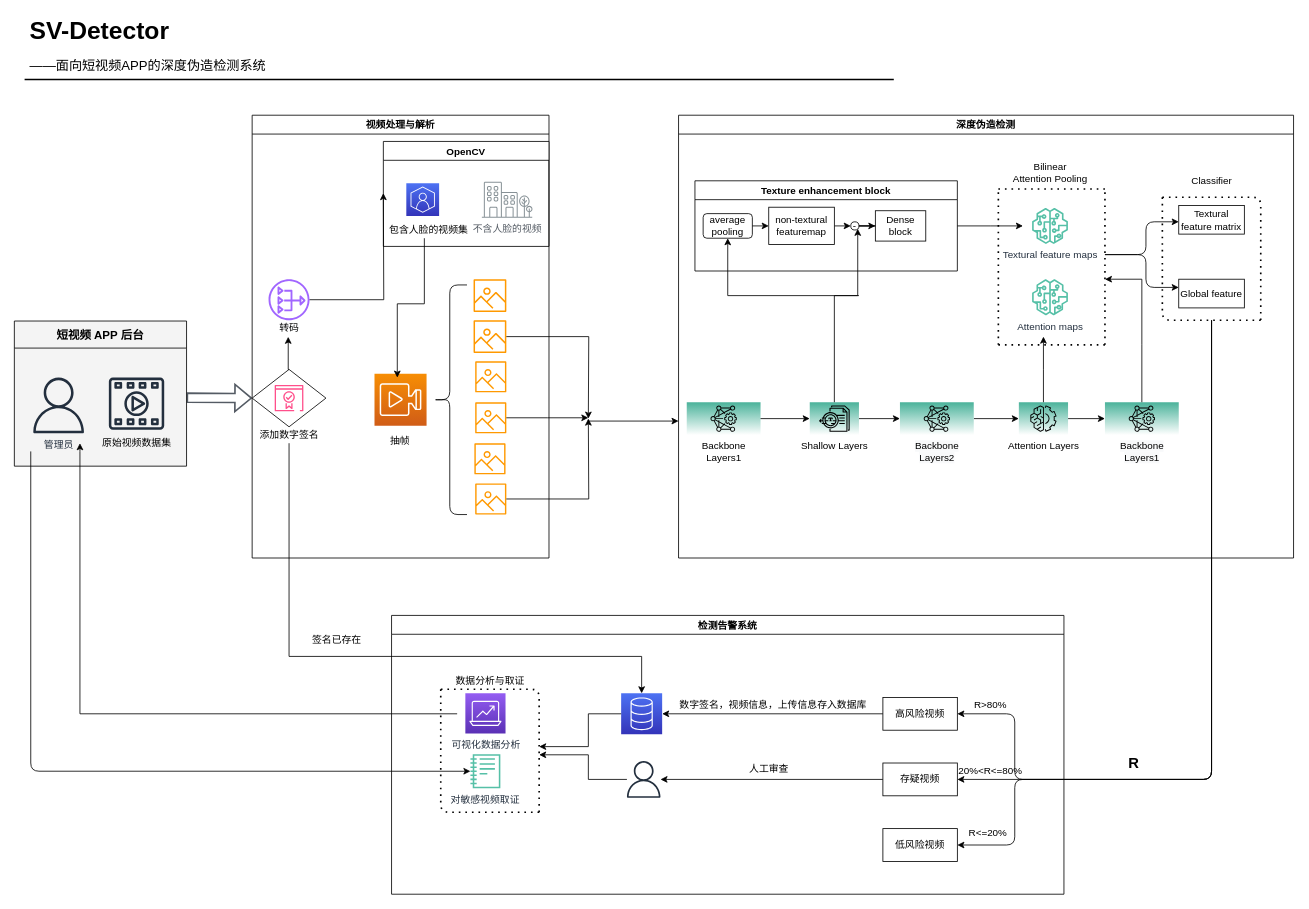
Earlier version of the draw.io diagram Untitled Diagram.drawio (epc314/hello-world). Source tidied: cells renumbered, new cells numbered last; positions are measured from the earlier drawing's top-left corner, leaving out a move shared by most shapes. Both pictures are drawn from the tidied source at 82%, with x=0, y=0 at pixel (14, 13).
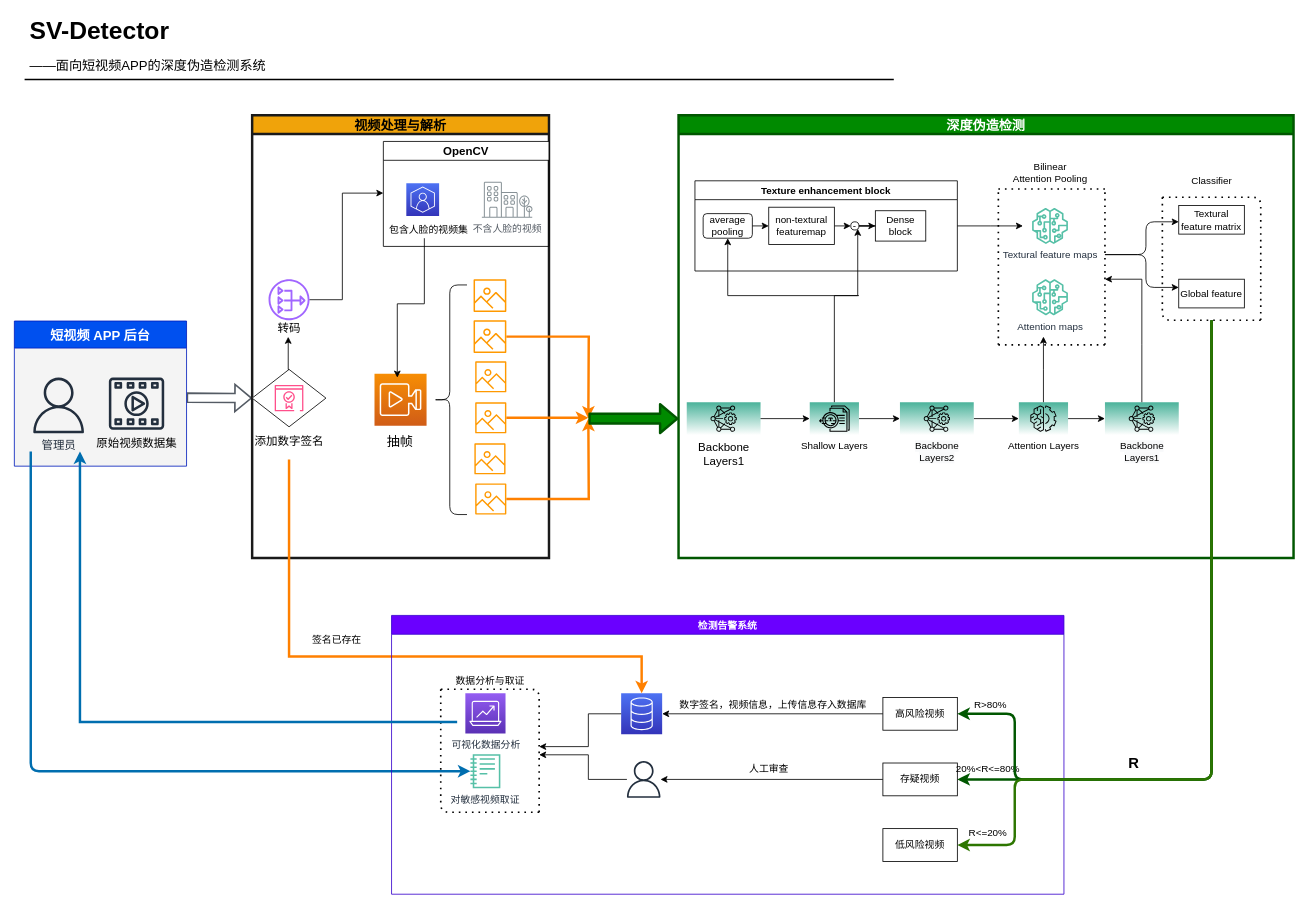
The same diagram, later.

The change refers to these unchanged cells:
```xml
<mxCell id="15" style="sketch=0;outlineConnect=0;fontColor=#232F3E;gradientColor=none;fillColor=#A166FF;strokeColor=none;dashed=0;verticalLabelPosition=bottom;verticalAlign=top;align=center;html=1;fontSize=12;fontStyle=0;shape=mxgraph.aws4.nat_gateway;" parent="11" vertex="1">
  <mxGeometry x="20" y="200" width="50" height="50" as="geometry" />
</mxCell>
<mxCell id="26" style="sketch=0;outlineConnect=0;fontColor=#232F3E;gradientColor=none;fillColor=#FF9900;strokeColor=none;dashed=0;verticalLabelPosition=bottom;verticalAlign=top;align=center;html=1;fontSize=12;fontStyle=0;shape=mxgraph.aws4.container_registry_image;" parent="11" vertex="1">
  <mxGeometry x="270" y="250" width="40" height="40" as="geometry" />
</mxCell>
<mxCell id="28" style="sketch=0;outlineConnect=0;fontColor=#232F3E;gradientColor=none;fillColor=#FF9900;strokeColor=none;dashed=0;verticalLabelPosition=bottom;verticalAlign=top;align=center;html=1;fontSize=12;fontStyle=0;shape=mxgraph.aws4.container_registry_image;" parent="11" vertex="1">
  <mxGeometry x="272" y="350" width="38" height="38" as="geometry" />
</mxCell>
<mxCell id="30" style="sketch=0;outlineConnect=0;fontColor=#232F3E;gradientColor=none;fillColor=#FF9900;strokeColor=none;dashed=0;verticalLabelPosition=bottom;verticalAlign=top;align=center;html=1;fontSize=12;fontStyle=0;shape=mxgraph.aws4.container_registry_image;" parent="11" vertex="1">
  <mxGeometry x="272" y="449" width="38" height="38" as="geometry" />
</mxCell>
<mxCell id="78" value="高风险视频" style="rounded=0;whiteSpace=wrap;html=1;" parent="76" vertex="1">
  <mxGeometry x="599.2" y="100" width="90.8" height="40" as="geometry" />
</mxCell>
<mxCell id="80" value="存疑视频" style="rounded=0;whiteSpace=wrap;html=1;" parent="76" vertex="1">
  <mxGeometry x="599.2" y="180" width="90.8" height="40" as="geometry" />
</mxCell>
<mxCell id="81" value="低风险视频" style="rounded=0;whiteSpace=wrap;html=1;" parent="76" vertex="1">
  <mxGeometry x="599.2" y="260" width="90.8" height="40" as="geometry" />
</mxCell>
<mxCell id="85" style="sketch=0;points=[[0,0,0],[0.25,0,0],[0.5,0,0],[0.75,0,0],[1,0,0],[0,1,0],[0.25,1,0],[0.5,1,0],[0.75,1,0],[1,1,0],[0,0.25,0],[0,0.5,0],[0,0.75,0],[1,0.25,0],[1,0.5,0],[1,0.75,0]];outlineConnect=0;fontColor=#232F3E;gradientColor=#4D72F3;gradientDirection=north;fillColor=#3334B9;strokeColor=#ffffff;dashed=0;verticalLabelPosition=bottom;verticalAlign=top;align=center;html=1;fontSize=12;fontStyle=0;shape=mxgraph.aws4.resourceIcon;resIcon=mxgraph.aws4.database;" parent="76" vertex="1">
  <mxGeometry x="280" y="95" width="50" height="50" as="geometry" />
</mxCell>
<mxCell id="90" value="对敏感视频取证" style="sketch=0;outlineConnect=0;fontColor=#232F3E;gradientColor=none;fillColor=#56C0A7;strokeColor=none;dashed=0;verticalLabelPosition=bottom;verticalAlign=top;align=center;html=1;fontSize=12;fontStyle=0;shape=mxgraph.aws4.sagemaker_notebook;" parent="76" vertex="1">
  <mxGeometry x="96.2" y="169.1" width="36.5" height="41.9" as="geometry" />
</mxCell>
```

What changed in the source:
```diff
@@
-    <mxCell id="6" value="短视频 APP 后台" style="swimlane;fontSize=14;align=center;swimlaneFillColor=#f4f4f4;fillColor=#f4f4f4;startSize=33;" parent="1" vertex="1">
+    <mxCell id="6" value="短视频 APP 后台" style="swimlane;fontSize=16;align=center;swimlaneFillColor=#f4f4f4;fillColor=#0050ef;startSize=33;strokeColor=#001DBC;fontColor=#ffffff;" parent="1" vertex="1">
       <mxGeometry y="375" width="210" height="177" as="geometry" />
     </mxCell>
-    <mxCell id="7" value="管理员" style="fontColor=#232F3E;gradientColor=none;fillColor=#232F3E;strokeColor=none;dashed=0;verticalLabelPosition=bottom;verticalAlign=top;align=center;html=1;fontSize=12;fontStyle=0;shape=mxgraph.aws4.user;labelBackgroundColor=none;" parent="6" vertex="1">
+    <mxCell id="7" value="&lt;font style=&quot;font-size: 14px&quot;&gt;管理员&lt;/font&gt;" style="fontColor=#232F3E;gradientColor=none;fillColor=#232F3E;strokeColor=none;dashed=0;verticalLabelPosition=bottom;verticalAlign=top;align=center;html=1;fontSize=12;fontStyle=0;shape=mxgraph.aws4.user;labelBackgroundColor=none;" parent="6" vertex="1">
       <mxGeometry x="20" y="69" width="68" height="68" as="geometry" />
     </mxCell>
-    <mxCell id="8" value="原始视频数据集" style="text;html=1;align=center;verticalAlign=middle;fillColor=none;strokeColor=none;rounded=0;" parent="6" vertex="1">
-      <mxGeometry x="99" y="139" width="100" height="20" as="geometry" />
+    <mxCell id="8" value="&lt;font style=&quot;font-size: 14px&quot;&gt;原始视频数据集&lt;/font&gt;" style="text;html=1;align=center;verticalAlign=middle;fillColor=none;strokeColor=none;rounded=0;" parent="6" vertex="1">
+      <mxGeometry x="94" y="139" width="110" height="20" as="geometry" />
     </mxCell>
@@
-    <mxCell id="10" style="endArrow=classic;html=1;" parent="6" edge="1" target="90">
+    <mxCell id="10" style="endArrow=classic;html=1;fillColor=#1ba1e2;strokeColor=#006EAF;strokeWidth=3;" parent="6" edge="1" target="90">
       <mxGeometry relative="1" as="geometry">
         <mxPoint x="20" y="159" as="sourcePoint" />
         <Array as="points">
           <mxPoint x="20" y="549" />
         </Array>
       </mxGeometry>
     </mxCell>
-    <mxCell id="11" value="视频处理与解析" style="swimlane;" parent="1" vertex="1">
+    <mxCell id="11" value="视频处理与解析" style="swimlane;fillColor=#f0a30a;strokeColor=#1A1A1A;fontColor=#000000;strokeWidth=3;fontSize=16;" parent="1" vertex="1">
       <mxGeometry x="290" y="124" width="362" height="540" as="geometry" />
     </mxCell>
@@
-    <mxCell id="13" value="添加数字签名" style="text;html=1;align=center;verticalAlign=middle;points=[];fillColor=none;strokeColor=none;rounded=0;" parent="11" vertex="1">
-      <mxGeometry y="380" width="90" height="20" as="geometry" />
+    <mxCell id="13" value="&lt;font style=&quot;font-size: 14px&quot;&gt;添加数字签名&lt;/font&gt;" style="text;html=1;align=center;verticalAlign=middle;points=[];fillColor=none;strokeColor=none;rounded=0;" parent="11" vertex="1">
+      <mxGeometry x="-5" y="388" width="100" height="20" as="geometry" />
     </mxCell>
@@
-    <mxCell id="16" value="转码" style="text;html=1;align=center;verticalAlign=middle;points=[];fillColor=none;strokeColor=none;rounded=0;" parent="11" vertex="1">
+    <mxCell id="16" value="&lt;font style=&quot;font-size: 14px&quot;&gt;转码&lt;/font&gt;" style="text;html=1;align=center;verticalAlign=middle;points=[];fillColor=none;strokeColor=none;rounded=0;" parent="11" vertex="1">
       <mxGeometry x="25" y="250" width="40" height="20" as="geometry" />
     </mxCell>
@@
-    <mxCell id="18" value="OpenCV" style="swimlane;" parent="11" vertex="1">
+    <mxCell id="18" value="OpenCV" style="swimlane;fontSize=14;" parent="11" vertex="1">
       <mxGeometry x="160" y="32" width="202" height="128" as="geometry" />
     </mxCell>
-    <mxCell id="19" value="包含人脸的视频集" style="text;html=1;align=center;verticalAlign=middle;points=[];fillColor=none;strokeColor=none;rounded=0;" parent="18" vertex="1">
+    <mxCell id="19" value="&lt;font style=&quot;font-size: 12px&quot;&gt;包含人脸的视频集&lt;/font&gt;" style="text;html=1;align=center;verticalAlign=middle;points=[];fillColor=none;strokeColor=none;rounded=0;" parent="18" vertex="1">
       <mxGeometry y="98" width="110" height="20" as="geometry" />
     </mxCell>
@@
-    <mxCell id="31" value="抽帧" style="text;html=1;align=center;verticalAlign=middle;fillColor=none;strokeColor=none;rounded=0;" parent="11" vertex="1">
-      <mxGeometry x="160" y="388" width="40" height="20" as="geometry" />
+    <mxCell id="31" value="&lt;font style=&quot;font-size: 16px&quot;&gt;抽帧&lt;/font&gt;" style="text;html=1;align=center;verticalAlign=middle;fillColor=none;strokeColor=none;rounded=0;" parent="11" vertex="1">
+      <mxGeometry x="155" y="388" width="50" height="20" as="geometry" />
     </mxCell>
-    <mxCell id="32" style="edgeStyle=orthogonalEdgeStyle;rounded=0;jettySize=auto;html=1;entryX=0.5;entryY=0;entryDx=0;entryDy=0;entryPerimeter=0;" parent="1" edge="1" source="13" target="85">
+    <mxCell id="32" style="edgeStyle=orthogonalEdgeStyle;rounded=0;jettySize=auto;html=1;entryX=0.5;entryY=0;entryDx=0;entryDy=0;entryPerimeter=0;strokeColor=#FF8000;strokeWidth=3;" parent="1" edge="1" target="85">
       <mxGeometry relative="1" as="geometry">
+        <mxPoint x="335" y="544" as="sourcePoint" />
         <Array as="points">
           <mxPoint x="335" y="784" />
           <mxPoint x="765" y="784" />
         </Array>
       </mxGeometry>
     </mxCell>
     <mxCell id="33" style="edgeStyle=orthogonalEdgeStyle;rounded=0;jettySize=auto;html=1;" parent="1" edge="1" source="15">
       <mxGeometry relative="1" as="geometry">
         <mxPoint x="450" y="219" as="targetPoint" />
+        <Array as="points">
+          <mxPoint x="400" y="349" />
+          <mxPoint x="400" y="219" />
+        </Array>
       </mxGeometry>
     </mxCell>
-    <mxCell id="34" style="edgeStyle=orthogonalEdgeStyle;rounded=0;jettySize=auto;html=1;" parent="1" edge="1" source="26">
+    <mxCell id="34" style="edgeStyle=orthogonalEdgeStyle;rounded=0;jettySize=auto;html=1;fillColor=#e51400;strokeColor=#FF8000;strokeWidth=3;" parent="1" edge="1" source="26">
       <mxGeometry relative="1" as="geometry">
         <mxPoint x="700" y="494" as="targetPoint" />
       </mxGeometry>
     </mxCell>
-    <mxCell id="35" style="edgeStyle=orthogonalEdgeStyle;rounded=0;jettySize=auto;html=1;" parent="1" edge="1" source="28">
+    <mxCell id="35" style="edgeStyle=orthogonalEdgeStyle;rounded=0;jettySize=auto;html=1;fillColor=#f0a30a;strokeColor=#FF8000;strokeWidth=3;" parent="1" edge="1" source="28">
       <mxGeometry relative="1" as="geometry">
         <mxPoint x="700" y="493" as="targetPoint" />
       </mxGeometry>
     </mxCell>
-    <mxCell id="36" style="edgeStyle=orthogonalEdgeStyle;rounded=0;orthogonalLoop=1;jettySize=auto;html=1;" parent="1" edge="1">
-      <mxGeometry relative="1" as="geometry">
-        <mxPoint x="700" y="495.5" as="sourcePoint" />
-        <mxPoint x="810" y="497" as="targetPoint" />
-        <Array as="points">
-          <mxPoint x="700" y="497" />
-          <mxPoint x="810" y="497" />
-        </Array>
-      </mxGeometry>
-    </mxCell>
-    <mxCell id="37" style="edgeStyle=orthogonalEdgeStyle;rounded=0;jettySize=auto;html=1;" parent="1" edge="1" source="30">
+    <mxCell id="37" style="edgeStyle=orthogonalEdgeStyle;rounded=0;jettySize=auto;html=1;fillColor=#f0a30a;strokeColor=#FF8000;strokeWidth=3;" parent="1" edge="1" source="30">
       <mxGeometry relative="1" as="geometry">
         <mxPoint x="700" y="494" as="targetPoint" />
       </mxGeometry>
     </mxCell>
-    <mxCell id="38" value="深度伪造检测" style="swimlane;" parent="1" vertex="1">
+    <mxCell id="38" value="深度伪造检测" style="swimlane;fillColor=#008a00;strokeColor=#005700;fontColor=#ffffff;strokeWidth=3;fontSize=16;" parent="1" vertex="1">
       <mxGeometry x="810" y="124" width="750" height="540" as="geometry" />
     </mxCell>
-    <mxCell id="39" value="Backbone&lt;br&gt;Layers1" style="sketch=0;points=[[0,0,0],[0.25,0,0],[0.5,0,0],[0.75,0,0],[1,0,0],[0,1,0],[0.25,1,0],[0.5,1,0],[0.75,1,0],[1,1,0],[0,0.25,0],[0,0.5,0],[0,0.75,0],[1,0.25,0],[1,0.5,0],[1,0.75,0]];outlineConnect=0;fontColor=#000000;gradientColor=#4AB29A;gradientDirection=north;fillColor=#ffffff;strokeColor=#000000;dashed=0;verticalLabelPosition=bottom;verticalAlign=top;align=center;html=1;fontSize=12;fontStyle=0;shape=mxgraph.aws4.resourceIcon;resIcon=mxgraph.aws4.deep_learning_amis;fontFamily=Helvetica;" parent="38" vertex="1">
+    <mxCell id="39" value="&lt;font style=&quot;font-size: 14px&quot;&gt;Backbone&lt;br&gt;Layers1&lt;/font&gt;" style="sketch=0;points=[[0,0,0],[0.25,0,0],[0.5,0,0],[0.75,0,0],[1,0,0],[0,1,0],[0.25,1,0],[0.5,1,0],[0.75,1,0],[1,1,0],[0,0.25,0],[0,0.5,0],[0,0.75,0],[1,0.25,0],[1,0.5,0],[1,0.75,0]];outlineConnect=0;fontColor=#000000;gradientColor=#4AB29A;gradientDirection=north;fillColor=#ffffff;strokeColor=#000000;dashed=0;verticalLabelPosition=bottom;verticalAlign=top;align=center;html=1;fontSize=12;fontStyle=0;shape=mxgraph.aws4.resourceIcon;resIcon=mxgraph.aws4.deep_learning_amis;fontFamily=Helvetica;" parent="38" vertex="1">
       <mxGeometry x="10" y="350" width="90" height="40" as="geometry" />
     </mxCell>
@@
-    <mxCell id="75" style="endArrow=classic;html=1;entryX=1;entryY=0.5;entryDx=0;entryDy=0;" parent="1" edge="1" target="80">
+    <mxCell id="75" style="endArrow=classic;html=1;entryX=1;entryY=0.5;entryDx=0;entryDy=0;fillColor=#008a00;strokeColor=#005700;strokeWidth=3;" parent="1" edge="1" target="80">
       <mxGeometry relative="1" as="geometry">
         <mxPoint x="1460" y="374" as="sourcePoint" />
         <Array as="points">
           <mxPoint x="1460" y="934" />
         </Array>
       </mxGeometry>
     </mxCell>
-    <mxCell id="76" value="检测告警系统" style="swimlane;startSize=23;" parent="1" vertex="1">
+    <mxCell id="76" value="检测告警系统" style="swimlane;startSize=23;fillColor=#6a00ff;strokeColor=#3700CC;fontColor=#ffffff;" parent="1" vertex="1">
       <mxGeometry x="460" y="734" width="820" height="340" as="geometry" />
     </mxCell>
@@
     <mxCell id="83" value="20%&amp;lt;R&amp;lt;=80%" style="text;html=1;align=center;verticalAlign=middle;fillColor=none;strokeColor=none;rounded=0;" parent="76" vertex="1">
-      <mxGeometry x="685" y="180" width="90" height="20" as="geometry" />
+      <mxGeometry x="682" y="177.5" width="90" height="20" as="geometry" />
     </mxCell>
@@
-    <mxCell id="93" style="endArrow=classic;html=1;entryX=1;entryY=0.5;entryDx=0;entryDy=0;" parent="1" edge="1" target="78">
+    <mxCell id="93" style="endArrow=classic;html=1;entryX=1;entryY=0.5;entryDx=0;entryDy=0;fillColor=#008a00;strokeColor=#005700;strokeWidth=3;" parent="1" edge="1" target="78">
       <mxGeometry relative="1" as="geometry">
         <mxPoint x="1460" y="374" as="sourcePoint" />
         <Array as="points">
           <mxPoint x="1460" y="934" />
           <mxPoint x="1220" y="934" />
           <mxPoint x="1220" y="854" />
         </Array>
       </mxGeometry>
     </mxCell>
-    <mxCell id="94" style="endArrow=classic;html=1;entryX=1;entryY=0.5;entryDx=0;entryDy=0;" parent="1" edge="1" target="81">
+    <mxCell id="94" style="endArrow=classic;html=1;entryX=1;entryY=0.5;entryDx=0;entryDy=0;strokeWidth=3;strokeColor=#2D7600;fillColor=#60a917;" parent="1" edge="1" target="81">
       <mxGeometry relative="1" as="geometry">
         <mxPoint x="1460" y="374" as="sourcePoint" />
         <Array as="points">
           <mxPoint x="1460" y="934" />
           <mxPoint x="1220" y="934" />
           <mxPoint x="1220" y="1014" />
         </Array>
       </mxGeometry>
     </mxCell>
@@
-    <mxCell id="100" style="edgeStyle=orthogonalEdgeStyle;rounded=0;orthogonalLoop=1;jettySize=auto;html=1;" parent="1" edge="1">
+    <mxCell id="100" style="edgeStyle=orthogonalEdgeStyle;rounded=0;orthogonalLoop=1;jettySize=auto;html=1;fillColor=#1ba1e2;strokeColor=#006EAF;strokeWidth=3;" parent="1" edge="1">
       <mxGeometry relative="1" as="geometry">
-        <mxPoint x="540" y="854" as="sourcePoint" />
-        <mxPoint x="80" y="524" as="targetPoint" />
+        <mxPoint x="540" y="864" as="sourcePoint" />
+        <mxPoint x="80" y="534" as="targetPoint" />
         <Array as="points">
-          <mxPoint x="80" y="854" />
-          <mxPoint x="80" y="534" />
+          <mxPoint x="80" y="864" />
+          <mxPoint x="80" y="544" />
         </Array>
       </mxGeometry>
     </mxCell>
+    <mxCell id="101" style="shape=flexArrow;endArrow=classic;html=1;strokeColor=#005700;strokeWidth=3;fillColor=#008a00;" parent="1" edge="1">
+      <mxGeometry relative="1" as="geometry">
+        <mxPoint x="700" y="494" as="sourcePoint" />
+        <mxPoint x="810" y="494" as="targetPoint" />
+      </mxGeometry>
+    </mxCell>
```
